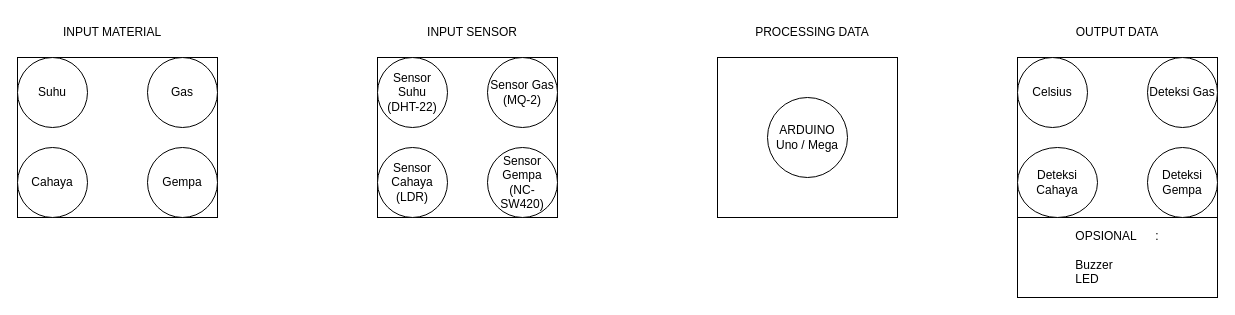
This is Diagram Tanpa Judul.drawio from RafiFebrianA/IOT, a draw.io file, before an edit. Source tidied: cells renumbered, new cells numbered last; positions are measured from the earlier drawing's top-left corner, leaving out a move shared by most shapes. Both pictures are drawn from the tidied source at 100%, with x=0, y=0 at pixel (17, 17).
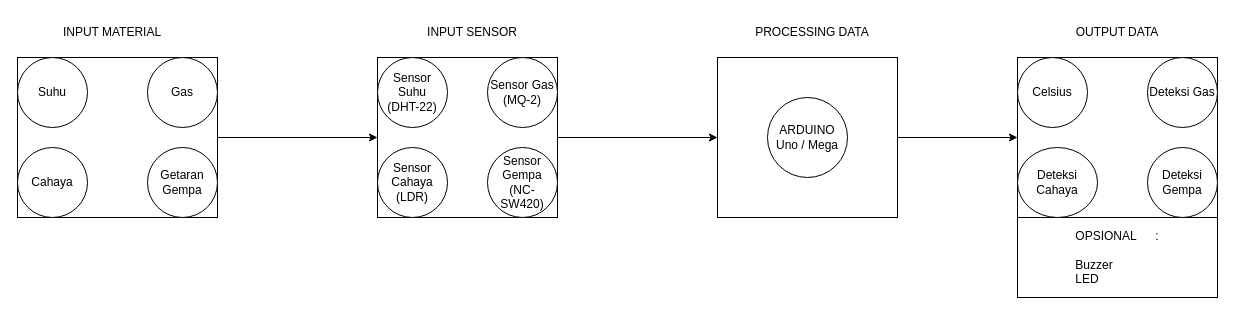
The same diagram, later.

Commit message:
IOT diagram

Unchanged cells that the change refers to:
```xml
<mxCell id="2" style="rounded=0;whiteSpace=wrap;html=1;" parent="1" vertex="1">
  <mxGeometry y="40" width="200" height="160" as="geometry" />
</mxCell>
<mxCell id="3" style="rounded=0;whiteSpace=wrap;html=1;" parent="1" vertex="1">
  <mxGeometry x="360" y="40" width="180" height="160" as="geometry" />
</mxCell>
<mxCell id="4" style="rounded=0;whiteSpace=wrap;html=1;" parent="1" vertex="1">
  <mxGeometry x="1000" y="40" width="200" height="160" as="geometry" />
</mxCell>
<mxCell id="12" style="rounded=0;whiteSpace=wrap;html=1;" parent="1" vertex="1">
  <mxGeometry x="700" y="40" width="180" height="160" as="geometry" />
</mxCell>
```

The edit, as a diff of the source:
```diff
@@
+    <mxCell id="24" style="edgeStyle=orthogonalEdgeStyle;rounded=0;jettySize=auto;html=1;" parent="1" edge="1" source="2" target="3">
+      <mxGeometry relative="1" as="geometry" />
+    </mxCell>
@@
+    <mxCell id="25" style="edgeStyle=orthogonalEdgeStyle;rounded=0;jettySize=auto;html=1;entryX=0;entryY=0.5;entryDx=0;entryDy=0;" parent="1" edge="1" source="3" target="12">
+      <mxGeometry relative="1" as="geometry" />
+    </mxCell>
@@
-    <mxCell id="11" value="Gempa" style="ellipse;whiteSpace=wrap;html=1;" parent="1" vertex="1">
+    <mxCell id="11" value="Getaran Gempa" style="ellipse;whiteSpace=wrap;html=1;" parent="1" vertex="1">
       <mxGeometry x="130" y="130" width="70" height="70" as="geometry" />
     </mxCell>
+    <mxCell id="26" style="edgeStyle=orthogonalEdgeStyle;rounded=0;jettySize=auto;html=1;entryX=0;entryY=0.5;entryDx=0;entryDy=0;" parent="1" edge="1" source="12" target="4">
+      <mxGeometry relative="1" as="geometry" />
+    </mxCell>
```
